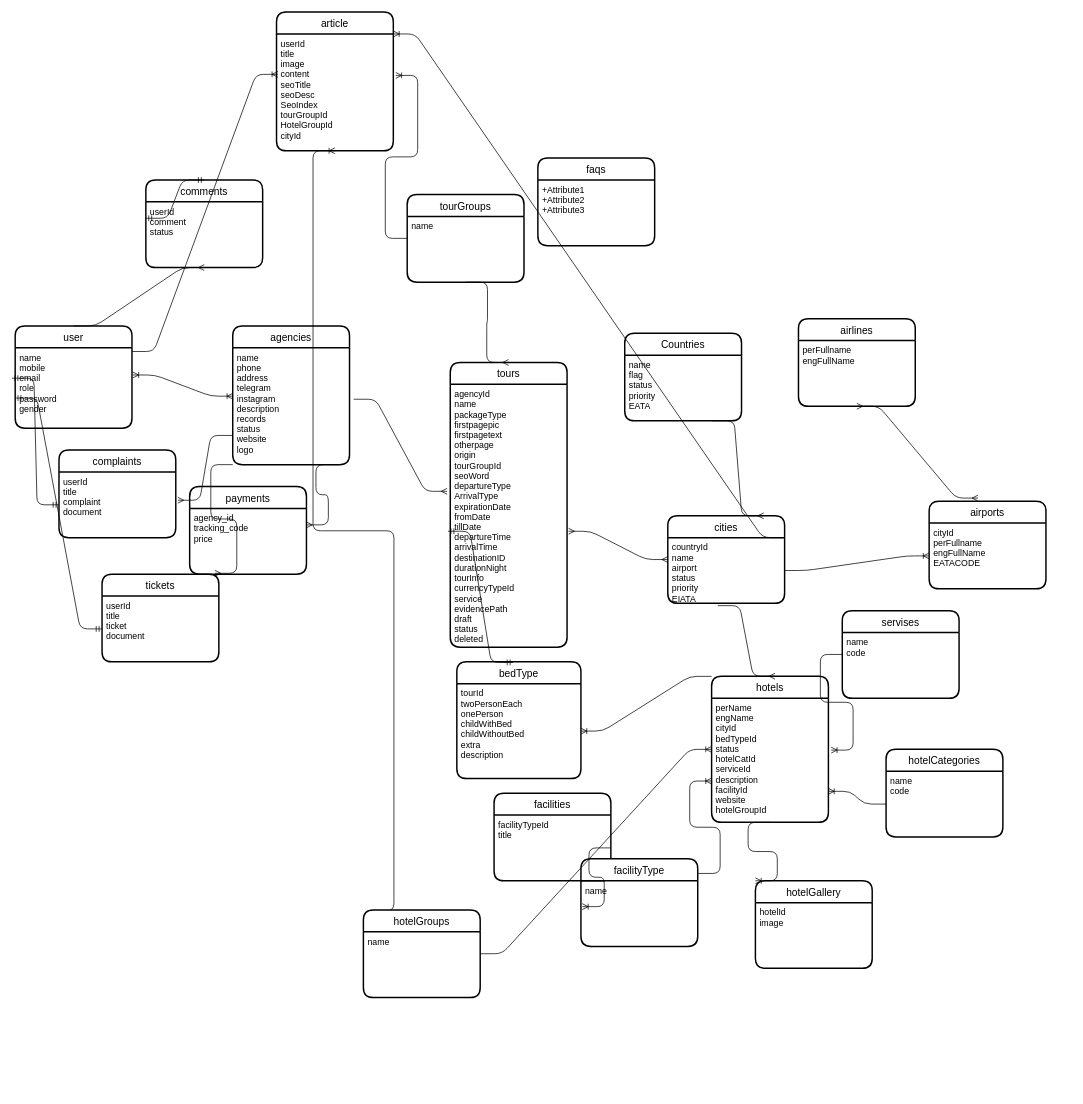
hamedhsm73/gitProject keeps this draw.io diagram as Untitled Diagram.drawio. Above is the earlier version. Source tidied: cells renumbered, new cells numbered last; positions are measured from the earlier drawing's top-left corner, leaving out a move shared by most shapes. Both pictures are drawn from the tidied source at 73%, with x=0, y=0 at pixel (15, 12).
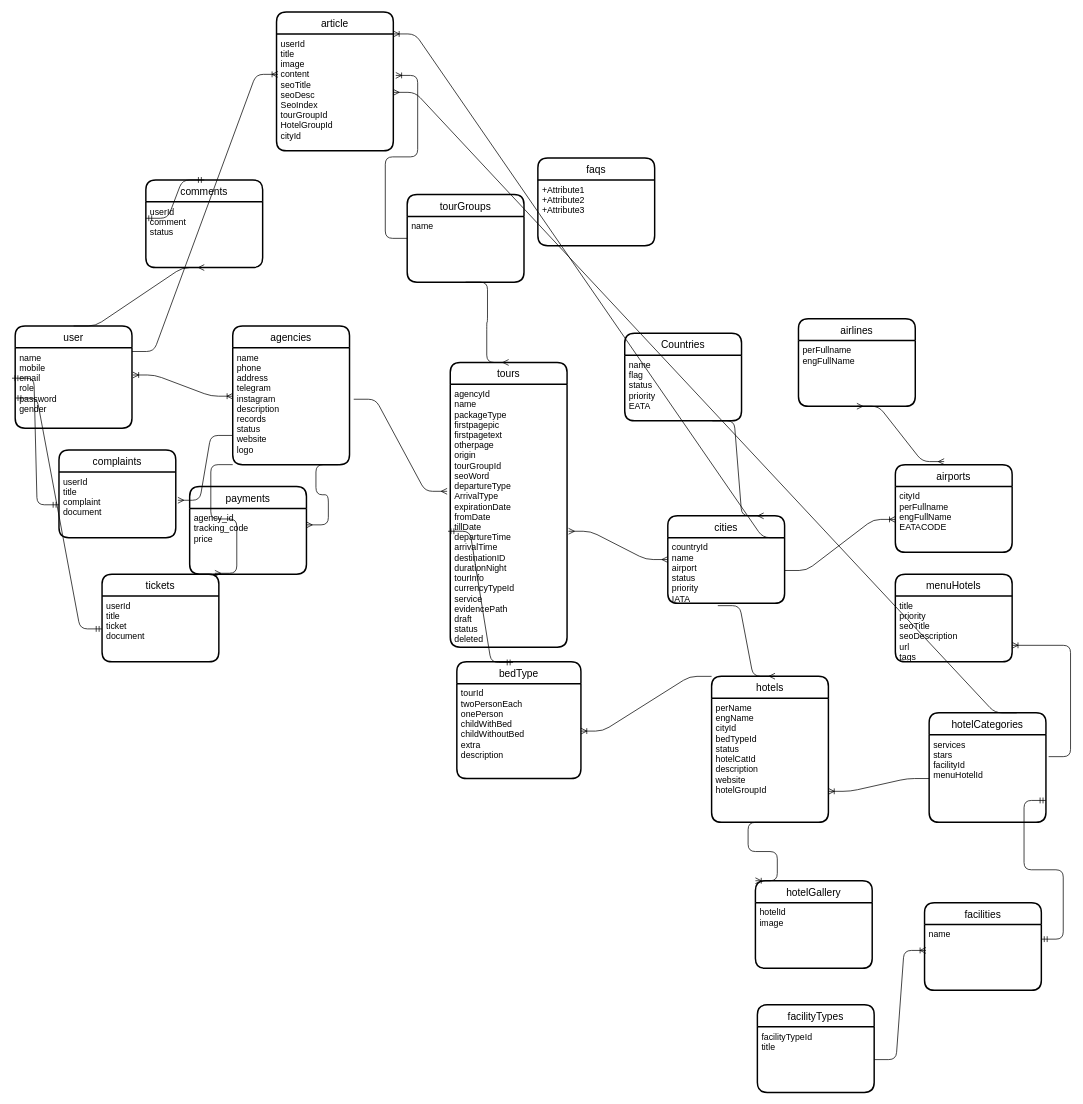
After the change.

Unchanged cells that the change refers to:
```xml
<mxCell id="21" value="cities" style="swimlane;horizontal=1;startSize=30;rounded=1;fontSize=14;fontStyle=0;strokeWidth=2;shadow=0;dashed=0;align=center;" parent="1" vertex="1">
  <mxGeometry x="894.3" y="690" width="160" height="120" as="geometry" />
</mxCell>
<mxCell id="32" value="hotels" style="swimlane;horizontal=1;startSize=30;rounded=1;fontSize=14;fontStyle=0;strokeWidth=2;shadow=0;dashed=0;align=center;" parent="1" vertex="1">
  <mxGeometry x="954.3" y="910" width="160" height="200" as="geometry" />
</mxCell>
<mxCell id="59" value="article" style="swimlane;horizontal=1;startSize=30;rounded=1;fontSize=14;fontStyle=0;strokeWidth=2;shadow=0;dashed=0;align=center;" parent="1" vertex="1">
  <mxGeometry x="358.3" width="160" height="190" as="geometry" />
</mxCell>
<mxCell id="60" value="userId&#10;title&#10;image&#10;content&#10;seoTitle&#10;seoDesc&#10;SeoIndex&#10;tourGroupId&#10;HotelGroupId&#10;cityId" style="align=left;strokeColor=none;fillColor=none;spacingLeft=4;fontSize=12;verticalAlign=top;" parent="59" vertex="1">
  <mxGeometry y="30" width="160" height="160" as="geometry" />
</mxCell>
```

What changed in the source:
```diff
@@
-    <mxCell id="22" value="countryId&#10;name&#10;airport&#10;status&#10;priority&#10;EIATA" style="align=left;strokeColor=none;fillColor=none;spacingLeft=4;fontSize=12;verticalAlign=top;" parent="21" vertex="1">
+    <mxCell id="22" value="countryId&#10;name&#10;airport&#10;status&#10;priority&#10;IATA" style="align=left;strokeColor=none;fillColor=none;spacingLeft=4;fontSize=12;verticalAlign=top;" parent="21" vertex="1">
       <mxGeometry y="30" width="160" height="90" as="geometry" />
     </mxCell>
@@
-    <mxCell id="33" value="perName&#10;engName&#10;cityId&#10;bedTypeId&#10;status&#10;hotelCatId&#10;serviceId&#10;description&#10;facilityId&#10;website&#10;hotelGroupId" style="align=left;strokeColor=none;fillColor=none;spacingLeft=4;fontSize=12;verticalAlign=top;" parent="32" vertex="1">
+    <mxCell id="33" value="perName&#10;engName&#10;cityId&#10;bedTypeId&#10;status&#10;hotelCatId&#10;description&#10;website&#10;hotelGroupId" style="align=left;strokeColor=none;fillColor=none;spacingLeft=4;fontSize=12;verticalAlign=top;" parent="32" vertex="1">
       <mxGeometry y="30" width="160" height="170" as="geometry" />
     </mxCell>
@@
-    <mxCell id="36" value="servises" style="swimlane;horizontal=1;startSize=30;rounded=1;fontSize=14;fontStyle=0;strokeWidth=2;shadow=0;dashed=0;align=center;" parent="1" vertex="1">
-      <mxGeometry x="1133.3" y="820" width="160" height="120" as="geometry" />
-    </mxCell>
-    <mxCell id="37" value="name&#10;code" style="align=left;strokeColor=none;fillColor=none;spacingLeft=4;fontSize=12;verticalAlign=top;" parent="36" vertex="1">
-      <mxGeometry y="30" width="160" height="90" as="geometry" />
-    </mxCell>
     <mxCell id="38" value="hotelCategories" style="swimlane;horizontal=1;startSize=30;rounded=1;fontSize=14;fontStyle=0;strokeWidth=2;shadow=0;dashed=0;align=center;" parent="1" vertex="1">
-      <mxGeometry x="1193.3" y="1010" width="160" height="120" as="geometry" />
+      <mxGeometry x="1252.3" y="960" width="160" height="150" as="geometry" />
     </mxCell>
-    <mxCell id="39" value="name&#10;code" style="align=left;strokeColor=none;fillColor=none;spacingLeft=4;fontSize=12;verticalAlign=top;" parent="38" vertex="1">
-      <mxGeometry y="30" width="160" height="90" as="geometry" />
+    <mxCell id="39" value="services&#10;stars&#10;facilityId&#10;menuHotelId" style="align=left;strokeColor=none;fillColor=none;spacingLeft=4;fontSize=12;verticalAlign=top;" parent="38" vertex="1">
+      <mxGeometry y="30" width="160" height="120" as="geometry" />
     </mxCell>
-    <mxCell id="40" style="edgeStyle=entityRelationEdgeStyle;fontSize=12;html=1;endArrow=ERoneToMany;entryX=1.024;entryY=0.418;entryDx=0;entryDy=0;entryPerimeter=0;exitX=0;exitY=0.5;exitDx=0;exitDy=0;" parent="1" edge="1" source="36" target="33">
-      <mxGeometry relative="1" as="geometry" />
-    </mxCell>
@@
     <mxCell id="46" value="airports" style="swimlane;horizontal=1;startSize=30;rounded=1;fontSize=14;fontStyle=0;strokeWidth=2;shadow=0;dashed=0;align=center;" parent="1" vertex="1">
-      <mxGeometry x="1252.3" y="670" width="160" height="120" as="geometry" />
+      <mxGeometry x="1206" y="620" width="160" height="120" as="geometry" />
     </mxCell>
@@
-    <mxCell id="50" value="facilities" style="swimlane;horizontal=1;startSize=30;rounded=1;fontSize=14;fontStyle=0;strokeWidth=2;shadow=0;dashed=0;align=center;" parent="1" vertex="1">
-      <mxGeometry x="656.3" y="1070" width="160" height="120" as="geometry" />
+    <mxCell id="50" value="facilityTypes" style="swimlane;horizontal=1;startSize=30;rounded=1;fontSize=14;fontStyle=0;strokeWidth=2;shadow=0;dashed=0;align=center;" parent="1" vertex="1">
+      <mxGeometry x="1017" y="1360" width="160" height="120" as="geometry" />
     </mxCell>
@@
-    <mxCell id="52" value="facilityType" style="swimlane;horizontal=1;startSize=30;rounded=1;fontSize=14;fontStyle=0;strokeWidth=2;shadow=0;dashed=0;align=center;" parent="1" vertex="1">
-      <mxGeometry x="775.3" y="1160" width="160" height="120" as="geometry" />
+    <mxCell id="52" value="facilities" style="swimlane;horizontal=1;startSize=30;rounded=1;fontSize=14;fontStyle=0;strokeWidth=2;shadow=0;dashed=0;align=center;" parent="1" vertex="1">
+      <mxGeometry x="1246" y="1220" width="160" height="120" as="geometry" />
     </mxCell>
-    <mxCell id="53" value="name" style="align=left;strokeColor=none;fillColor=none;spacingLeft=4;fontSize=12;verticalAlign=top;" parent="52" vertex="1">
+    <mxCell id="53" value="name&#10;" style="align=left;strokeColor=none;fillColor=none;spacingLeft=4;fontSize=12;verticalAlign=top;" parent="52" vertex="1">
       <mxGeometry y="30" width="160" height="90" as="geometry" />
     </mxCell>
@@
-    <mxCell id="61" style="edgeStyle=entityRelationEdgeStyle;fontSize=12;html=1;endArrow=ERoneToMany;exitX=0.074;exitY=0.01;exitDx=0;exitDy=0;exitPerimeter=0;" parent="59" edge="1" source="67">
-      <mxGeometry relative="1" as="geometry">
-        <mxPoint x="80" y="190" as="targetPoint" />
-      </mxGeometry>
-    </mxCell>
@@
-    <mxCell id="63" style="edgeStyle=entityRelationEdgeStyle;fontSize=12;html=1;endArrow=ERoneToMany;entryX=0;entryY=0.5;entryDx=0;entryDy=0;exitX=1;exitY=0.5;exitDx=0;exitDy=0;" parent="1" edge="1" source="67" target="32">
-      <mxGeometry relative="1" as="geometry" />
-    </mxCell>
@@
-    <mxCell id="67" value="hotelGroups" style="swimlane;horizontal=1;startSize=30;rounded=1;fontSize=14;fontStyle=0;strokeWidth=2;shadow=0;dashed=0;align=center;" parent="1" vertex="1">
-      <mxGeometry x="477.3" y="1230" width="160" height="120" as="geometry" />
+    <mxCell id="67" value="menuHotels" style="swimlane;horizontal=1;startSize=30;rounded=1;fontSize=14;fontStyle=0;strokeWidth=2;shadow=0;dashed=0;align=center;" parent="1" vertex="1">
+      <mxGeometry x="1206" y="770" width="160" height="120" as="geometry" />
     </mxCell>
-    <mxCell id="68" value="name" style="align=left;strokeColor=none;fillColor=none;spacingLeft=4;fontSize=12;verticalAlign=top;" parent="67" vertex="1">
+    <mxCell id="68" value="title&#10;priority&#10;seoTitle&#10;seoDescription&#10;url&#10;tags&#10;" style="align=left;strokeColor=none;fillColor=none;spacingLeft=4;fontSize=12;verticalAlign=top;" parent="67" vertex="1">
       <mxGeometry y="30" width="160" height="90" as="geometry" />
     </mxCell>
-    <mxCell id="69" style="edgeStyle=entityRelationEdgeStyle;fontSize=12;html=1;endArrow=ERoneToMany;entryX=0;entryY=0.667;entryDx=0;entryDy=0;entryPerimeter=0;" parent="1" edge="1" target="33">
-      <mxGeometry relative="1" as="geometry">
-        <mxPoint x="936" y="1180" as="sourcePoint" />
-      </mxGeometry>
-    </mxCell>
@@
+    <mxCell id="73" style="edgeStyle=entityRelationEdgeStyle;fontSize=12;html=1;endArrow=ERmandOne;startArrow=ERmandOne;entryX=1;entryY=0.75;entryDx=0;entryDy=0;" parent="1" edge="1" target="39">
+      <mxGeometry relative="1" as="geometry">
+        <mxPoint x="1406" y="1270" as="sourcePoint" />
+      </mxGeometry>
+    </mxCell>
+    <mxCell id="63" style="edgeStyle=entityRelationEdgeStyle;fontSize=12;html=1;endArrow=ERoneToMany;entryX=1;entryY=0.75;entryDx=0;entryDy=0;" parent="1" edge="1" target="68">
+      <mxGeometry relative="1" as="geometry">
+        <mxPoint x="1416" y="1020" as="sourcePoint" />
+      </mxGeometry>
+    </mxCell>
+    <mxCell id="74" style="edgeStyle=entityRelationEdgeStyle;fontSize=12;html=1;endArrow=ERmany;exitX=0.75;exitY=0;exitDx=0;exitDy=0;entryX=1;entryY=0.5;entryDx=0;entryDy=0;" parent="1" edge="1" source="38" target="60">
+      <mxGeometry relative="1" as="geometry" />
+    </mxCell>
```
